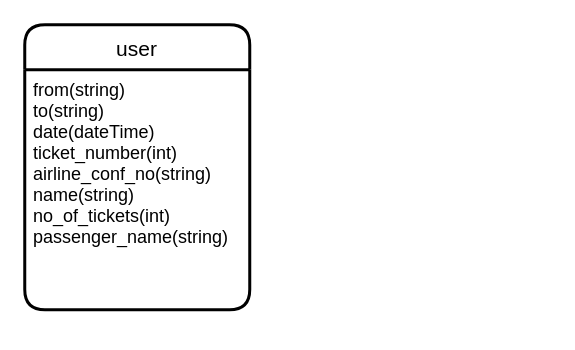
Above: page "Page-4" (4 of 4) of Untitled Diagram.drawio in litanpranab/database (draw.io), before the change. Source tidied: cells renumbered, new cells numbered last; positions are measured from the earlier drawing's top-left corner, leaving out a move shared by most shapes. Both pictures are drawn from the tidied source at 150%, with x=0, y=0 at pixel (24, 24).
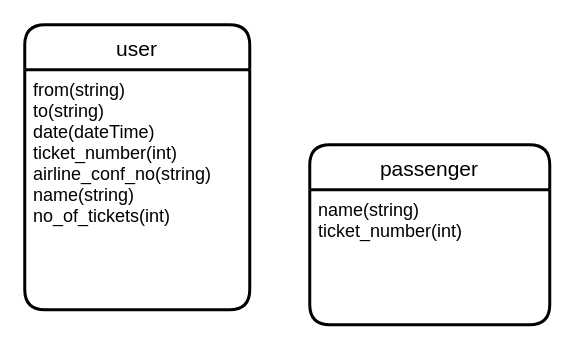
The same diagram, later.

Diff of the diagram source:
```diff
@@
 <mxGraphModel>
   <root>
     <mxCell id="0" />
     <mxCell id="1" parent="0" />
     <mxCell id="2" value="user" style="swimlane;horizontal=1;startSize=30;rounded=1;fontSize=14;fontStyle=0;strokeWidth=2;shadow=0;dashed=0;align=center;" parent="1" vertex="1">
       <mxGeometry width="150" height="190" as="geometry" />
     </mxCell>
-    <mxCell id="3" value="from(string)&#10;to(string)&#10;date(dateTime)&#10;ticket_number(int)&#10;airline_conf_no(string)&#10;name(string)&#10;no_of_tickets(int)&#10;passenger_name(string)&#10;" style="align=left;strokeColor=none;fillColor=none;spacingLeft=4;fontSize=12;verticalAlign=top;" parent="2" vertex="1">
+    <mxCell id="3" value="from(string)&#10;to(string)&#10;date(dateTime)&#10;ticket_number(int)&#10;airline_conf_no(string)&#10;name(string)&#10;no_of_tickets(int)&#10;" style="align=left;strokeColor=none;fillColor=none;spacingLeft=4;fontSize=12;verticalAlign=top;" parent="2" vertex="1">
       <mxGeometry y="30" width="150" height="160" as="geometry" />
     </mxCell>
+    <mxCell id="4" value="passenger" style="swimlane;horizontal=1;startSize=30;rounded=1;fontSize=14;fontStyle=0;strokeWidth=2;shadow=0;dashed=0;align=center;" parent="1" vertex="1">
+      <mxGeometry x="190" y="80" width="160" height="120" as="geometry" />
+    </mxCell>
+    <mxCell id="5" value="name(string)&#10;ticket_number(int)" style="align=left;strokeColor=none;fillColor=none;spacingLeft=4;fontSize=12;verticalAlign=top;" parent="4" vertex="1">
+      <mxGeometry y="30" width="160" height="90" as="geometry" />
+    </mxCell>
   </root>
 </mxGraphModel>
```
